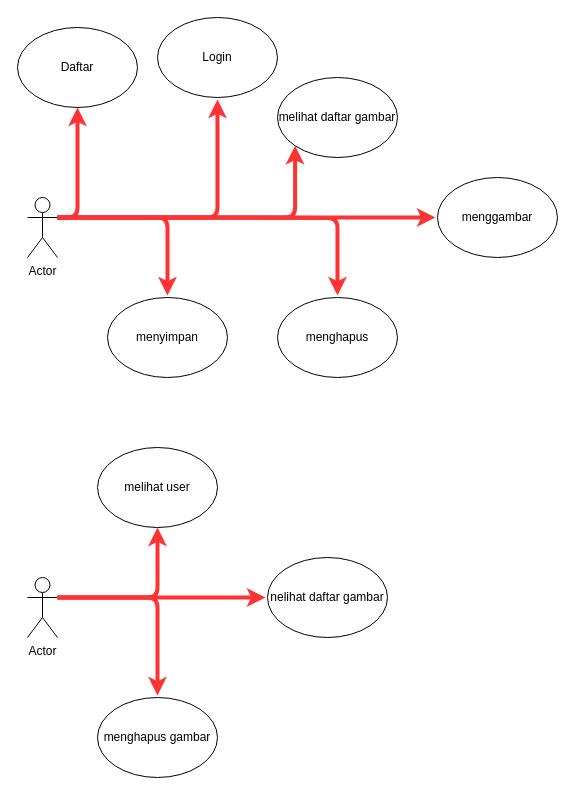
The draw.io diagram Untitled Diagram.drawio in tamamhuda/Aplikasi-Menggambar-berbasis-Web, before the edit. Source tidied: cells renumbered, new cells numbered last; positions are measured from the earlier drawing's top-left corner, leaving out a move shared by most shapes. Both pictures are drawn from the tidied source at 100%, with x=0, y=0 at pixel (17, 17).
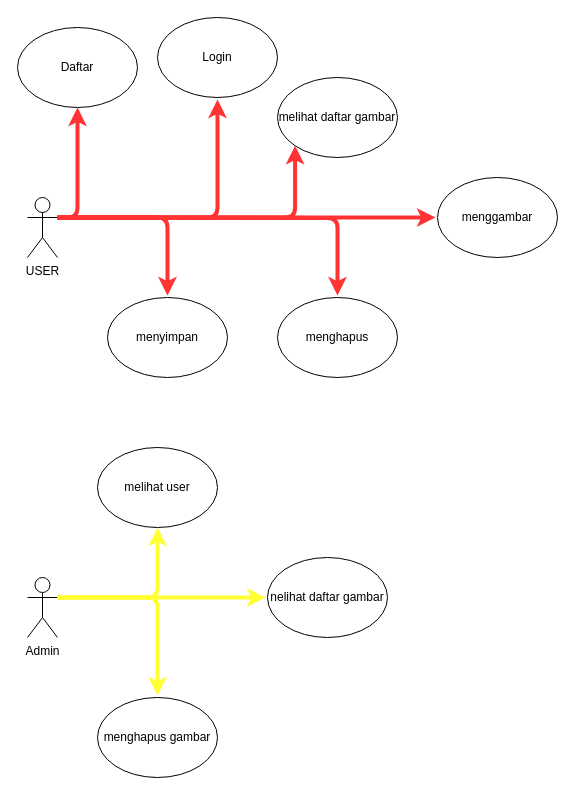
Above is the later version.

The change refers to these unchanged cells:
```xml
<mxCell id="9" value="melihat user" style="ellipse;whiteSpace=wrap;html=1;" parent="1" vertex="1">
  <mxGeometry x="80" y="430" width="120" height="80" as="geometry" />
</mxCell>
<mxCell id="11" value="nelihat daftar gambar" style="ellipse;whiteSpace=wrap;html=1;" parent="1" vertex="1">
  <mxGeometry x="250" y="540" width="120" height="80" as="geometry" />
</mxCell>
<mxCell id="12" value="menghapus gambar" style="ellipse;whiteSpace=wrap;html=1;" parent="1" vertex="1">
  <mxGeometry x="80" y="680" width="120" height="80" as="geometry" />
</mxCell>
```

Diff of the diagram source:
```diff
@@
-    <mxCell id="2" value="Actor" style="shape=umlActor;verticalLabelPosition=bottom;verticalAlign=top;html=1;outlineConnect=0;" parent="1" vertex="1">
+    <mxCell id="2" value="USER" style="shape=umlActor;verticalLabelPosition=bottom;verticalAlign=top;html=1;outlineConnect=0;" parent="1" vertex="1">
       <mxGeometry x="10" y="180" width="30" height="60" as="geometry" />
     </mxCell>
@@
-    <mxCell id="10" value="Actor" style="shape=umlActor;verticalLabelPosition=bottom;verticalAlign=top;html=1;outlineConnect=0;" parent="1" vertex="1">
+    <mxCell id="10" value="Admin&lt;br&gt;" style="shape=umlActor;verticalLabelPosition=bottom;verticalAlign=top;html=1;outlineConnect=0;" parent="1" vertex="1">
       <mxGeometry x="10" y="560" width="30" height="60" as="geometry" />
     </mxCell>
@@
-    <mxCell id="19" style="endArrow=classic;html=1;rounded=1;edgeStyle=orthogonalEdgeStyle;exitX=1;exitY=0.3333333333333333;exitDx=0;exitDy=0;exitPerimeter=0;fillColor=#fff2cc;strokeColor=#FF3333;targetPerimeterSpacing=2;jumpSize=21;strokeWidth=4;" parent="1" edge="1" source="10" target="11">
+    <mxCell id="19" style="endArrow=classic;html=1;rounded=1;edgeStyle=orthogonalEdgeStyle;exitX=1;exitY=0.3333333333333333;exitDx=0;exitDy=0;exitPerimeter=0;fillColor=#fff2cc;strokeColor=#FFFF33;targetPerimeterSpacing=2;jumpSize=21;strokeWidth=4;" parent="1" edge="1" source="10" target="11">
       <mxGeometry relative="1" as="geometry" />
     </mxCell>
-    <mxCell id="20" style="endArrow=classic;html=1;rounded=1;edgeStyle=orthogonalEdgeStyle;exitX=1;exitY=0.3333333333333333;exitDx=0;exitDy=0;exitPerimeter=0;fillColor=#fff2cc;strokeColor=#FF3333;targetPerimeterSpacing=2;jumpSize=21;strokeWidth=4;entryX=0.5;entryY=1;entryDx=0;entryDy=0;" parent="1" edge="1" source="10" target="9">
+    <mxCell id="20" style="endArrow=classic;html=1;rounded=1;edgeStyle=orthogonalEdgeStyle;exitX=1;exitY=0.3333333333333333;exitDx=0;exitDy=0;exitPerimeter=0;fillColor=#fff2cc;strokeColor=#FFFF33;targetPerimeterSpacing=2;jumpSize=21;strokeWidth=4;entryX=0.5;entryY=1;entryDx=0;entryDy=0;" parent="1" edge="1" source="10" target="9">
       <mxGeometry relative="1" as="geometry" />
     </mxCell>
-    <mxCell id="21" style="endArrow=classic;html=1;rounded=1;edgeStyle=orthogonalEdgeStyle;exitX=1;exitY=0.3333333333333333;exitDx=0;exitDy=0;exitPerimeter=0;fillColor=#fff2cc;strokeColor=#FF3333;targetPerimeterSpacing=2;jumpSize=21;strokeWidth=4;" parent="1" edge="1" source="10" target="12">
+    <mxCell id="21" style="endArrow=classic;html=1;rounded=1;edgeStyle=orthogonalEdgeStyle;exitX=1;exitY=0.3333333333333333;exitDx=0;exitDy=0;exitPerimeter=0;fillColor=#fff2cc;strokeColor=#FFFF33;targetPerimeterSpacing=2;jumpSize=21;strokeWidth=4;" parent="1" edge="1" source="10" target="12">
       <mxGeometry relative="1" as="geometry" />
     </mxCell>
```
